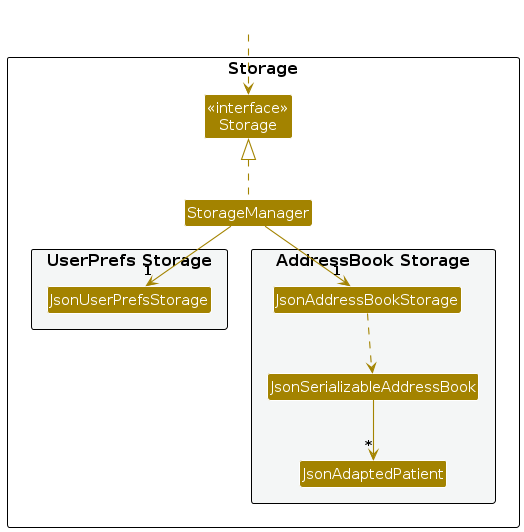
This is diagrams/StorageClassDiagram.png from AY2627S1-CS2103T-W08-1/tp, a PlantUML export, as it was before one commit. Its source is kept beside it as diagrams/StorageClassDiagram.puml.
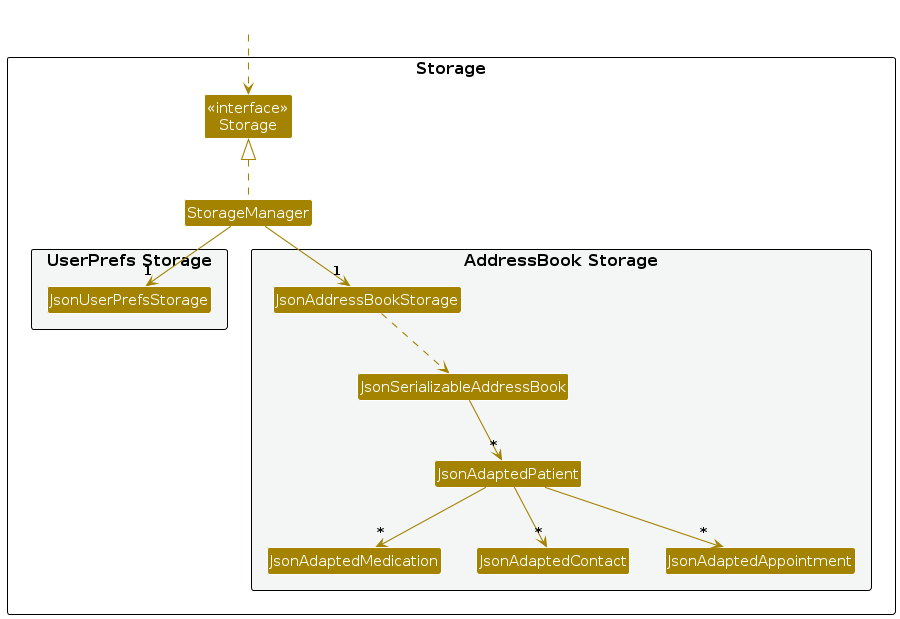
The same diagram one commit later.

The edit, as a diff of the source:
```diff
@@ -17,6 +17,9 @@
 Class JsonAddressBookStorage
 Class JsonSerializableAddressBook
 Class JsonAdaptedPatient
+Class JsonAdaptedMedication
+Class JsonAdaptedContact
+Class JsonAdaptedAppointment
 }
 
 }
@@ -30,5 +33,8 @@
 
 JsonAddressBookStorage ..> JsonSerializableAddressBook
 JsonSerializableAddressBook --> "*" JsonAdaptedPatient
+JsonAdaptedPatient --> "*" JsonAdaptedMedication
+JsonAdaptedPatient --> "*" JsonAdaptedContact
+JsonAdaptedPatient --> "*" JsonAdaptedAppointment
 
 @enduml
```
